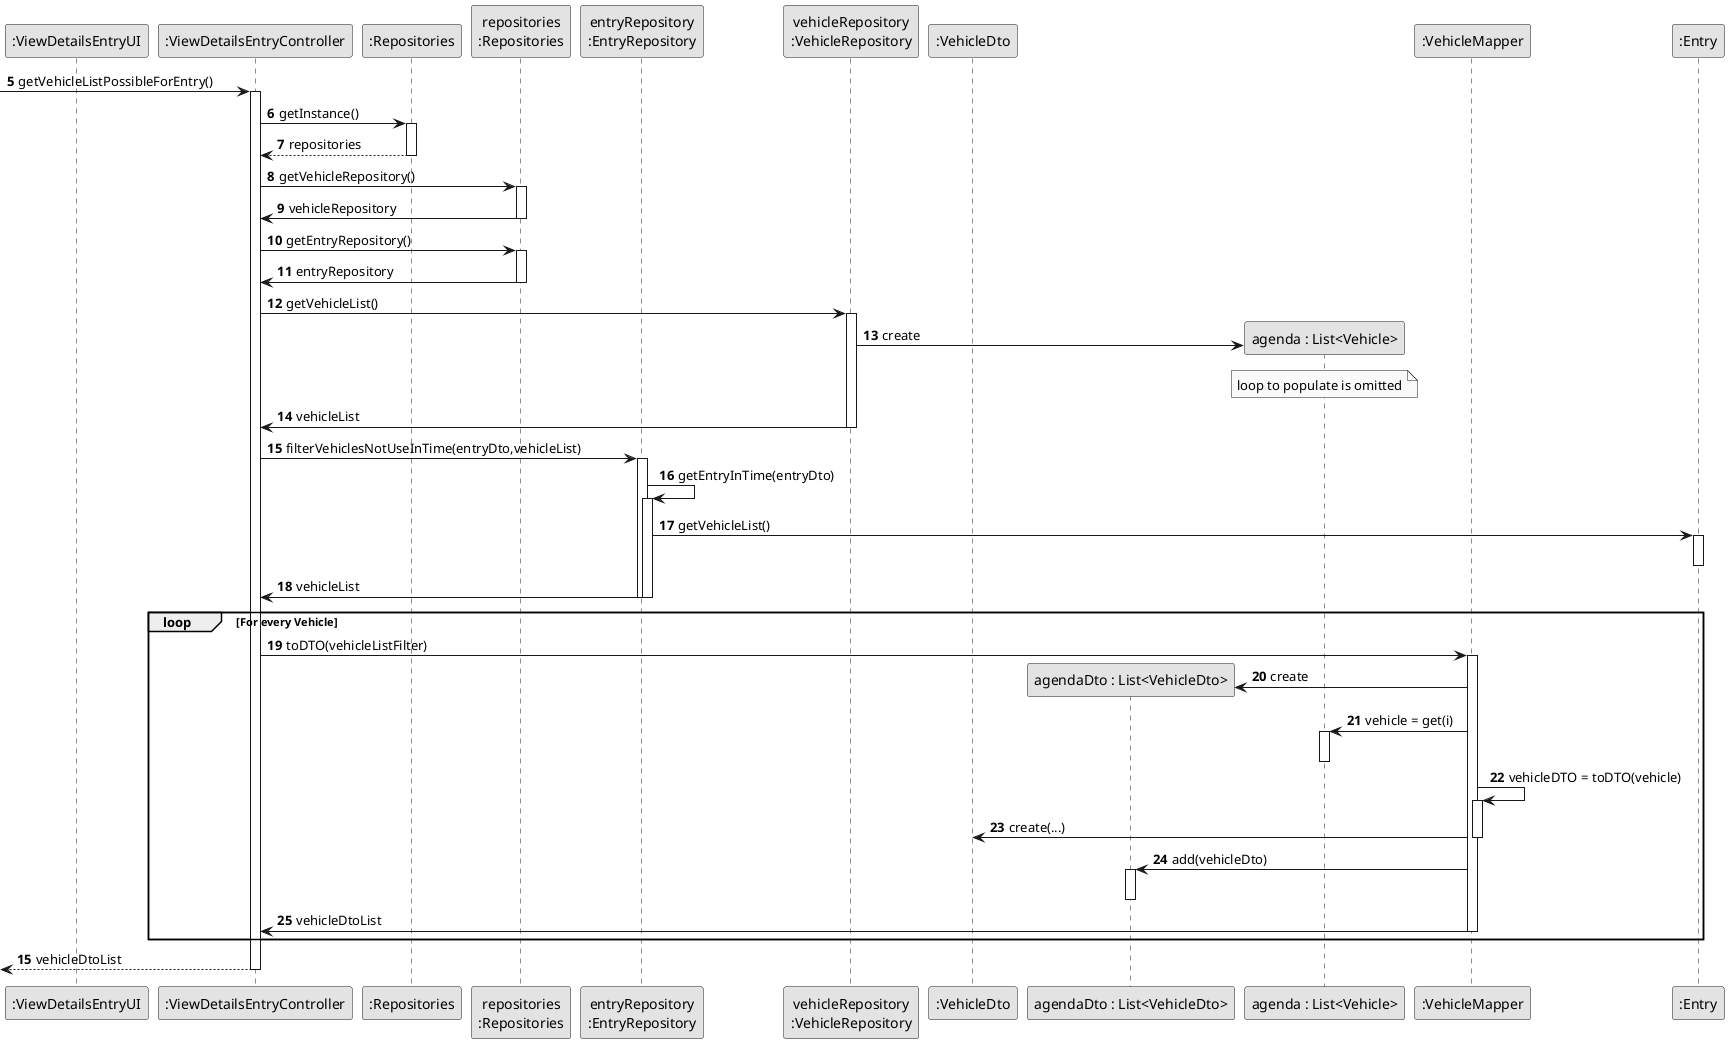
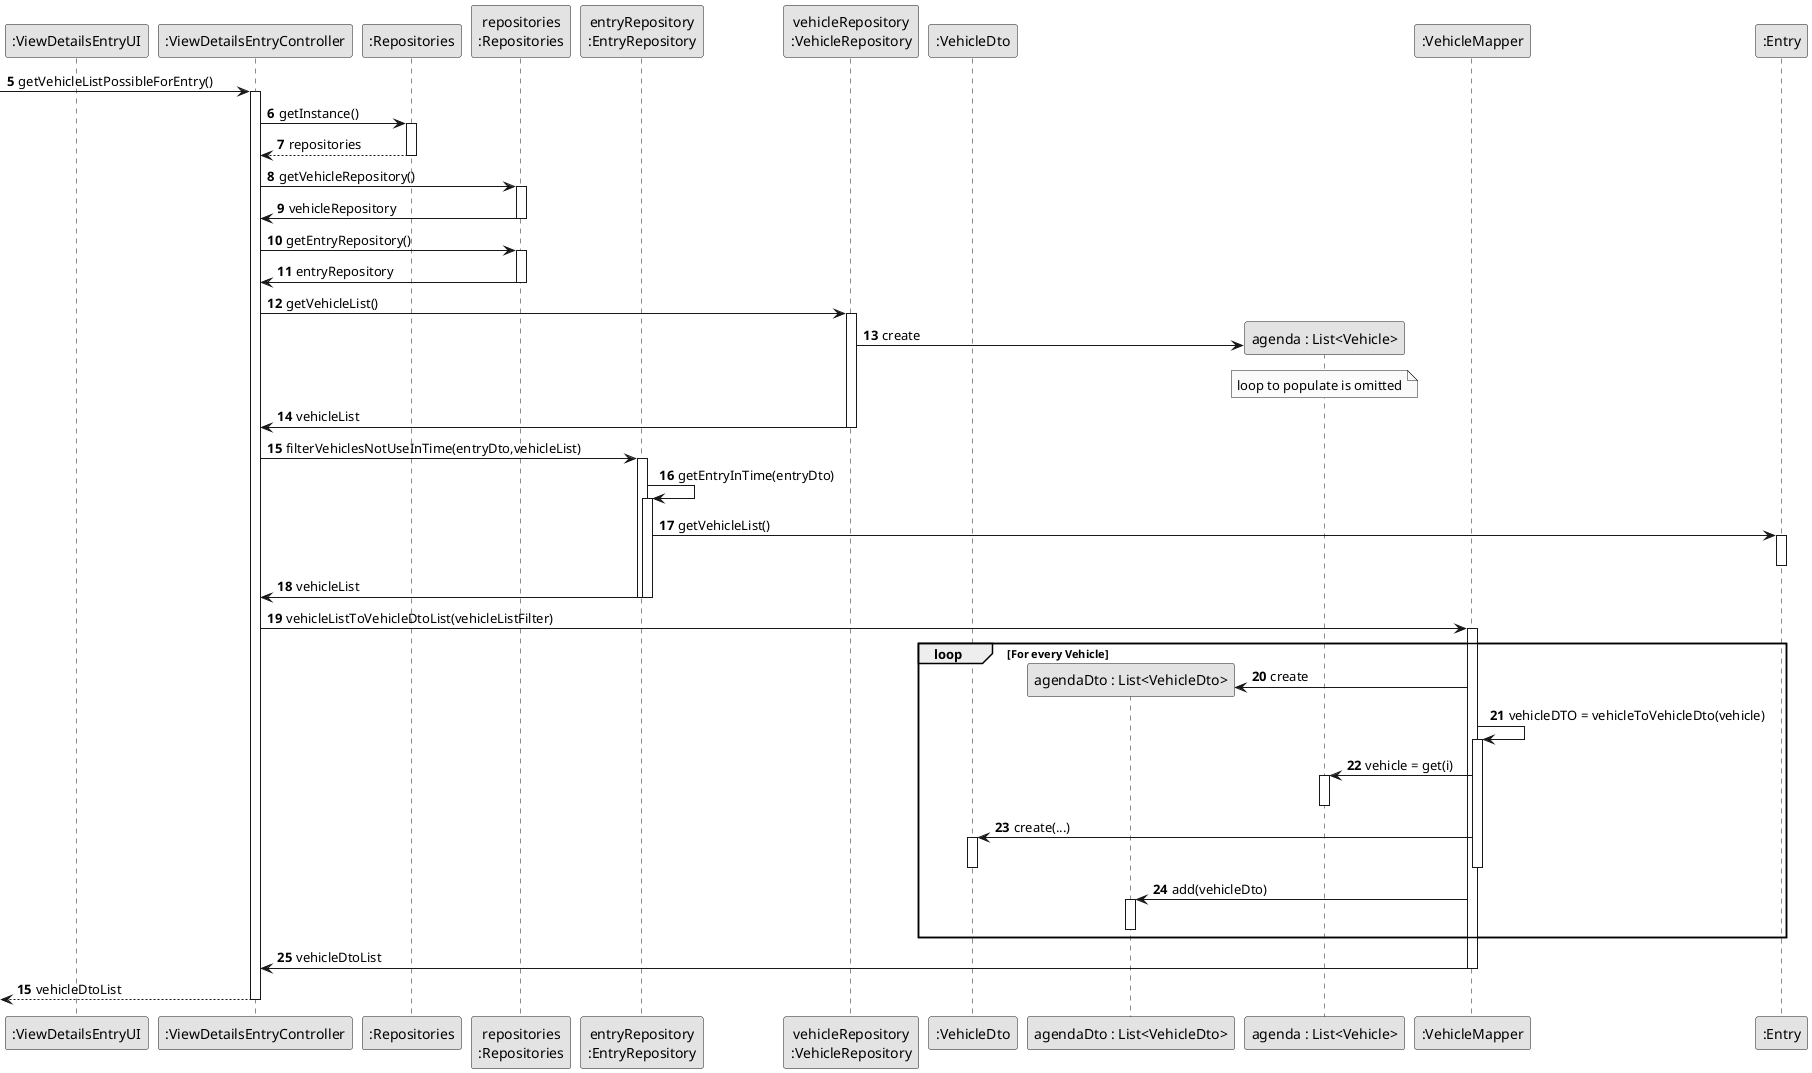
@startuml
skinparam monochrome true
skinparam packageStyle rectangle
skinparam shadowing false

autonumber

'hide footbox


participant ":ViewDetailsEntryUI" as UI2
participant ":ViewDetailsEntryController" as CTRL2
participant ":Repositories" as RepositorySingleton
participant "repositories\n:Repositories" as PLAT
participant "entryRepository\n:EntryRepository" as EntryRepository
participant "vehicleRepository\n:VehicleRepository" as VehicleRepository

participant ":VehicleDto" as SelectedDTO
participant "agendaDto : List<VehicleDto>" as ListSelectedDTO
participant "agenda : List<Vehicle>" as ListSelected
participant ":VehicleMapper" as SelectedMAPPER
participant ":Entry" as OBJ


autonumber 5
-> CTRL2 : getVehicleListPossibleForEntry()
                     activate CTRL2


                      CTRL2 -> RepositorySingleton : getInstance()
                                                             activate RepositorySingleton

                                                                 RepositorySingleton --> CTRL2: repositories
                                                             deactivate RepositorySingleton

                                                             CTRL2 -> PLAT : getVehicleRepository()
                                                             activate PLAT

                                                             PLAT -> CTRL2 : vehicleRepository
                                                             deactivate PLAT


                                                             CTRL2 -> PLAT : getEntryRepository()
                                                             activate PLAT

                                                             PLAT -> CTRL2 : entryRepository
                                                             deactivate PLAT

                                                             CTRL2 -> VehicleRepository : getVehicleList()
                                                             activate VehicleRepository

                                                             VehicleRepository -> ListSelected** : create

                                                             note over ListSelected : loop to populate is omitted



                                                             VehicleRepository -> CTRL2 : vehicleList
                                                             deactivate VehicleRepository

                                                             CTRL2 -> EntryRepository : filterVehiclesNotUseInTime(entryDto,vehicleList)
                                                             activate EntryRepository

                                                             EntryRepository -> EntryRepository  : getEntryInTime(entryDto)
                                                             activate EntryRepository

                                                             EntryRepository -> OBJ : getVehicleList()
                                                             activate OBJ
                                                             deactivate OBJ

                                                             EntryRepository -> CTRL2 : vehicleList
                                                             deactivate EntryRepository

                                                             deactivate EntryRepository

-                                                              loop For every Vehicle
-                                                              CTRL2 -> SelectedMAPPER : toDTO(vehicleListFilter)
+ 
+                                                              CTRL2 -> SelectedMAPPER : vehicleListToVehicleDtoList(vehicleListFilter)
+                                                              activate SelectedMAPPER
+ loop For every Vehicle
+                                                              SelectedMAPPER -> ListSelectedDTO** : create
+ 
+ 
+ 
+                                                              SelectedMAPPER -> SelectedMAPPER : vehicleDTO = vehicleToVehicleDto(vehicle)
                                                             activate SelectedMAPPER

-                                                              SelectedMAPPER -> ListSelectedDTO** : create
- 
-                                                              SelectedMAPPER -> ListSelected : vehicle = get(i)
-                                                              activate ListSelected
-                                                              deactivate ListSelected
- 
-                                                              SelectedMAPPER -> SelectedMAPPER : vehicleDTO = toDTO(vehicle)
-                                                              activate SelectedMAPPER
+                                                             SelectedMAPPER -> ListSelected : vehicle = get(i)
+                                                                                                                      activate ListSelected
+                                                                                                                      deactivate ListSelected

                                                             SelectedMAPPER -> SelectedDTO : create(...)
+                                                              activate SelectedDTO
+ 
+                                                              deactivate SelectedDTO
                                                             deactivate SelectedMAPPER

                                                             SelectedMAPPER -> ListSelectedDTO : add(vehicleDto)
                                                             activate ListSelectedDTO
                                                             deactivate ListSelectedDTO
- 
+   end
                                                             SelectedMAPPER -> CTRL2 : vehicleDtoList
                                                             deactivate SelectedMAPPER

-                                                              end
+ 






 autonumber 15
    <-- CTRL2 : vehicleDtoList
            deactivate CTRL2







@enduml